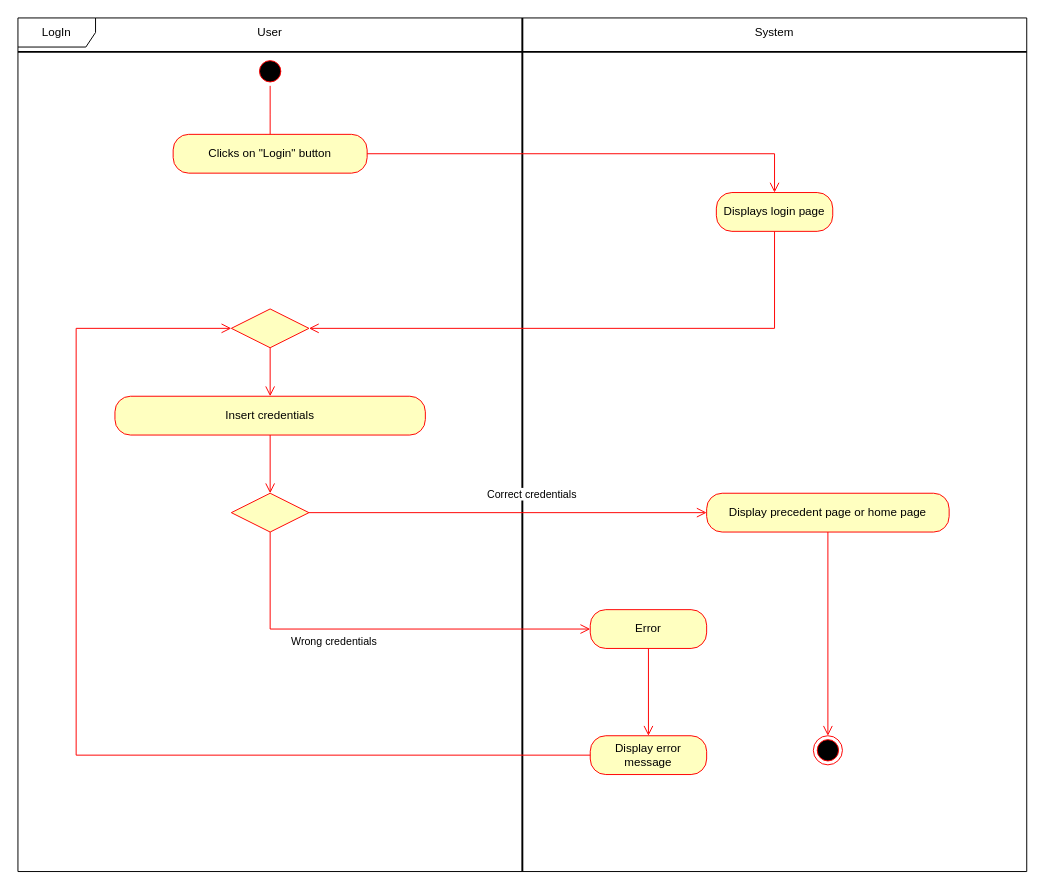
Above: page "LogIn" (2 of 4) of User.drawio in matteovisotto/SE2-CecchettoSirianiVisotto (draw.io), before the change. Source tidied: cells renumbered, new cells numbered last; positions are measured from the earlier drawing's top-left corner, leaving out a move shared by most shapes. Both pictures are drawn from the tidied source at 97%, with x=0, y=0 at pixel (17, 17).
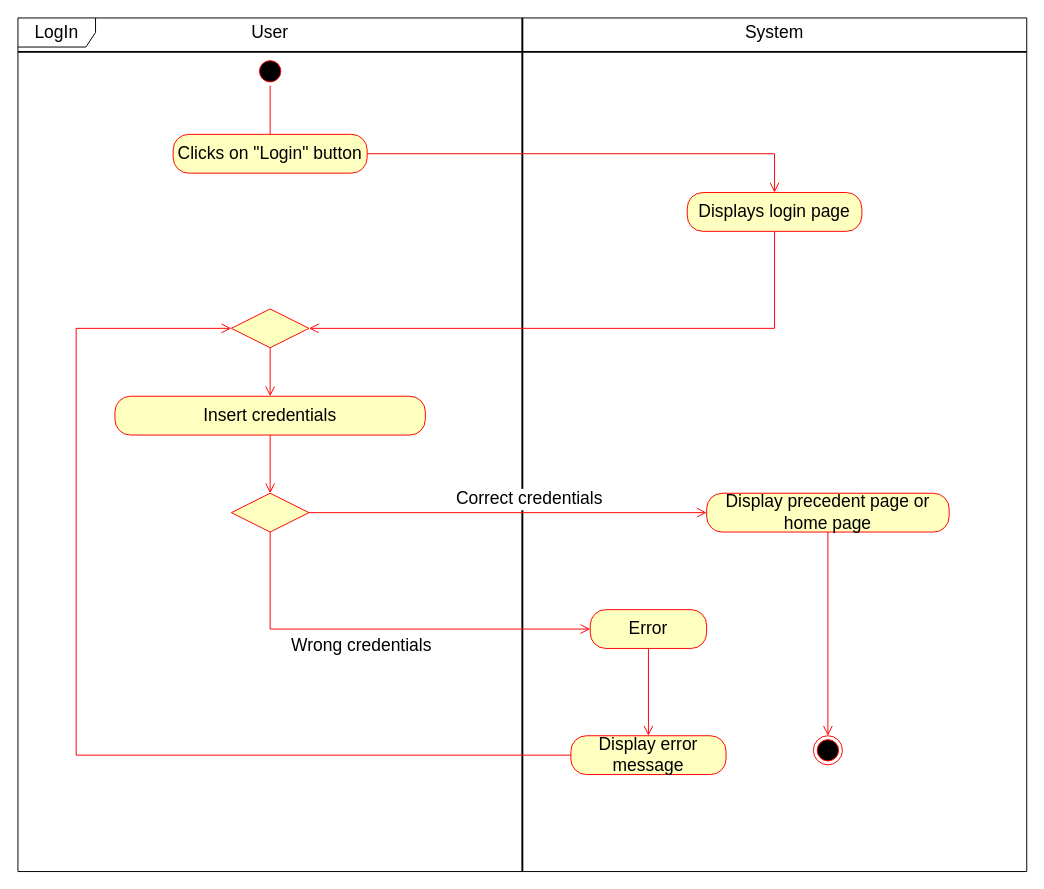
Above is the later version.

Unchanged cells that the change refers to:
```xml
<mxCell id="10" style="rhombus;whiteSpace=wrap;html=1;fillColor=#ffffc0;strokeColor=#ff0000;" parent="1" vertex="1">
  <mxGeometry x="220" y="490" width="80" height="40" as="geometry" />
</mxCell>
```

The edit, as a diff of the source:
```diff
@@
-    <mxCell id="2" value="LogIn" style="shape=umlFrame;whiteSpace=wrap;html=1;width=80;height=30;" parent="1" vertex="1">
+    <mxCell id="2" value="&lt;font style=&quot;font-size: 18px&quot;&gt;LogIn&lt;/font&gt;" style="shape=umlFrame;whiteSpace=wrap;html=1;width=80;height=30;" parent="1" vertex="1">
       <mxGeometry width="1040" height="880" as="geometry" />
     </mxCell>
@@
-    <mxCell id="8" value="Insert credentials" style="rounded=1;whiteSpace=wrap;html=1;arcSize=40;fontColor=#000000;fillColor=#ffffc0;strokeColor=#ff0000;" parent="1" vertex="1">
+    <mxCell id="8" value="&lt;font style=&quot;font-size: 18px&quot;&gt;Insert credentials&lt;/font&gt;" style="rounded=1;whiteSpace=wrap;html=1;arcSize=40;fontColor=#000000;fillColor=#ffffc0;strokeColor=#ff0000;" parent="1" vertex="1">
       <mxGeometry x="100" y="390" width="320" height="40" as="geometry" />
     </mxCell>
@@
-    <mxCell id="11" value="Correct credentials" style="edgeStyle=orthogonalEdgeStyle;html=1;align=left;verticalAlign=bottom;endArrow=open;endSize=8;strokeColor=#ff0000;rounded=0;" parent="1" edge="1" source="10" target="13">
-      <mxGeometry x="-0.11" y="10" relative="1" as="geometry" />
+    <mxCell id="11" value="&lt;font style=&quot;font-size: 18px&quot;&gt;Correct credentials&lt;/font&gt;" style="edgeStyle=orthogonalEdgeStyle;html=1;align=left;verticalAlign=bottom;endArrow=open;endSize=8;strokeColor=#ff0000;rounded=0;" parent="1" edge="1" source="10" target="13">
+      <mxGeometry x="-0.27" relative="1" as="geometry" />
     </mxCell>
-    <mxCell id="12" value="Wrong credentials" style="edgeStyle=orthogonalEdgeStyle;html=1;align=left;verticalAlign=top;endArrow=open;endSize=8;strokeColor=#ff0000;rounded=0;" parent="1" edge="1" source="10" target="21">
+    <mxCell id="12" value="&lt;font style=&quot;font-size: 18px&quot;&gt;Wrong credentials&lt;/font&gt;" style="edgeStyle=orthogonalEdgeStyle;html=1;align=left;verticalAlign=top;endArrow=open;endSize=8;strokeColor=#ff0000;rounded=0;" parent="1" edge="1" source="10" target="21">
       <mxGeometry x="-0.44" relative="1" as="geometry">
         <Array as="points">
           <mxPoint x="260" y="630" />
         </Array>
       </mxGeometry>
     </mxCell>
-    <mxCell id="13" value="Display precedent page or home page" style="rounded=1;whiteSpace=wrap;html=1;arcSize=40;fontColor=#000000;fillColor=#ffffc0;strokeColor=#ff0000;" parent="1" vertex="1">
+    <mxCell id="13" value="&lt;font style=&quot;font-size: 18px&quot;&gt;Display precedent page or home page&lt;/font&gt;" style="rounded=1;whiteSpace=wrap;html=1;arcSize=40;fontColor=#000000;fillColor=#ffffc0;strokeColor=#ff0000;" parent="1" vertex="1">
       <mxGeometry x="710" y="490" width="250" height="40" as="geometry" />
     </mxCell>
@@
-    <mxCell id="17" value="User" style="text;html=1;strokeColor=none;fillColor=none;align=center;verticalAlign=middle;whiteSpace=wrap;rounded=0;" parent="1" vertex="1">
+    <mxCell id="17" value="&lt;font style=&quot;font-size: 18px&quot;&gt;User&lt;/font&gt;" style="text;html=1;strokeColor=none;fillColor=none;align=center;verticalAlign=middle;whiteSpace=wrap;rounded=0;" parent="1" vertex="1">
       <mxGeometry x="230" width="60" height="30" as="geometry" />
     </mxCell>
-    <mxCell id="18" value="System" style="text;html=1;strokeColor=none;fillColor=none;align=center;verticalAlign=middle;whiteSpace=wrap;rounded=0;" parent="1" vertex="1">
+    <mxCell id="18" value="&lt;font style=&quot;font-size: 18px&quot;&gt;System&lt;/font&gt;" style="text;html=1;strokeColor=none;fillColor=none;align=center;verticalAlign=middle;whiteSpace=wrap;rounded=0;" parent="1" vertex="1">
       <mxGeometry x="750" width="60" height="30" as="geometry" />
     </mxCell>
-    <mxCell id="19" value="Display error message" style="rounded=1;whiteSpace=wrap;html=1;arcSize=40;fontColor=#000000;fillColor=#ffffc0;strokeColor=#ff0000;" parent="1" vertex="1">
-      <mxGeometry x="590" y="740" width="120" height="40" as="geometry" />
+    <mxCell id="19" value="&lt;font style=&quot;font-size: 18px&quot;&gt;Display error message&lt;/font&gt;" style="rounded=1;whiteSpace=wrap;html=1;arcSize=40;fontColor=#000000;fillColor=#ffffc0;strokeColor=#ff0000;" parent="1" vertex="1">
+      <mxGeometry x="570" y="740" width="160" height="40" as="geometry" />
     </mxCell>
@@
-    <mxCell id="21" value="Error" style="rounded=1;whiteSpace=wrap;html=1;arcSize=40;fontColor=#000000;fillColor=#ffffc0;strokeColor=#ff0000;" parent="1" vertex="1">
+    <mxCell id="21" value="&lt;font style=&quot;font-size: 18px&quot;&gt;Error&lt;/font&gt;" style="rounded=1;whiteSpace=wrap;html=1;arcSize=40;fontColor=#000000;fillColor=#ffffc0;strokeColor=#ff0000;" parent="1" vertex="1">
       <mxGeometry x="590" y="610" width="120" height="40" as="geometry" />
     </mxCell>
@@
-    <mxCell id="23" value="Clicks on &quot;Login&quot; button" style="rounded=1;whiteSpace=wrap;html=1;arcSize=40;fontColor=#000000;fillColor=#ffffc0;strokeColor=#ff0000;" parent="1" vertex="1">
+    <mxCell id="23" value="&lt;font style=&quot;font-size: 18px&quot;&gt;Clicks on &quot;Login&quot; button&lt;/font&gt;" style="rounded=1;whiteSpace=wrap;html=1;arcSize=40;fontColor=#000000;fillColor=#ffffc0;strokeColor=#ff0000;" parent="1" vertex="1">
       <mxGeometry x="160" y="120" width="200" height="40" as="geometry" />
     </mxCell>
@@
-    <mxCell id="25" value="Displays login page" style="rounded=1;whiteSpace=wrap;html=1;arcSize=40;fontColor=#000000;fillColor=#ffffc0;strokeColor=#ff0000;" parent="1" vertex="1">
-      <mxGeometry x="720" y="180" width="120" height="40" as="geometry" />
+    <mxCell id="25" value="&lt;font style=&quot;font-size: 18px&quot;&gt;Displays login page&lt;/font&gt;" style="rounded=1;whiteSpace=wrap;html=1;arcSize=40;fontColor=#000000;fillColor=#ffffc0;strokeColor=#ff0000;" parent="1" vertex="1">
+      <mxGeometry x="690" y="180" width="180" height="40" as="geometry" />
     </mxCell>
```
